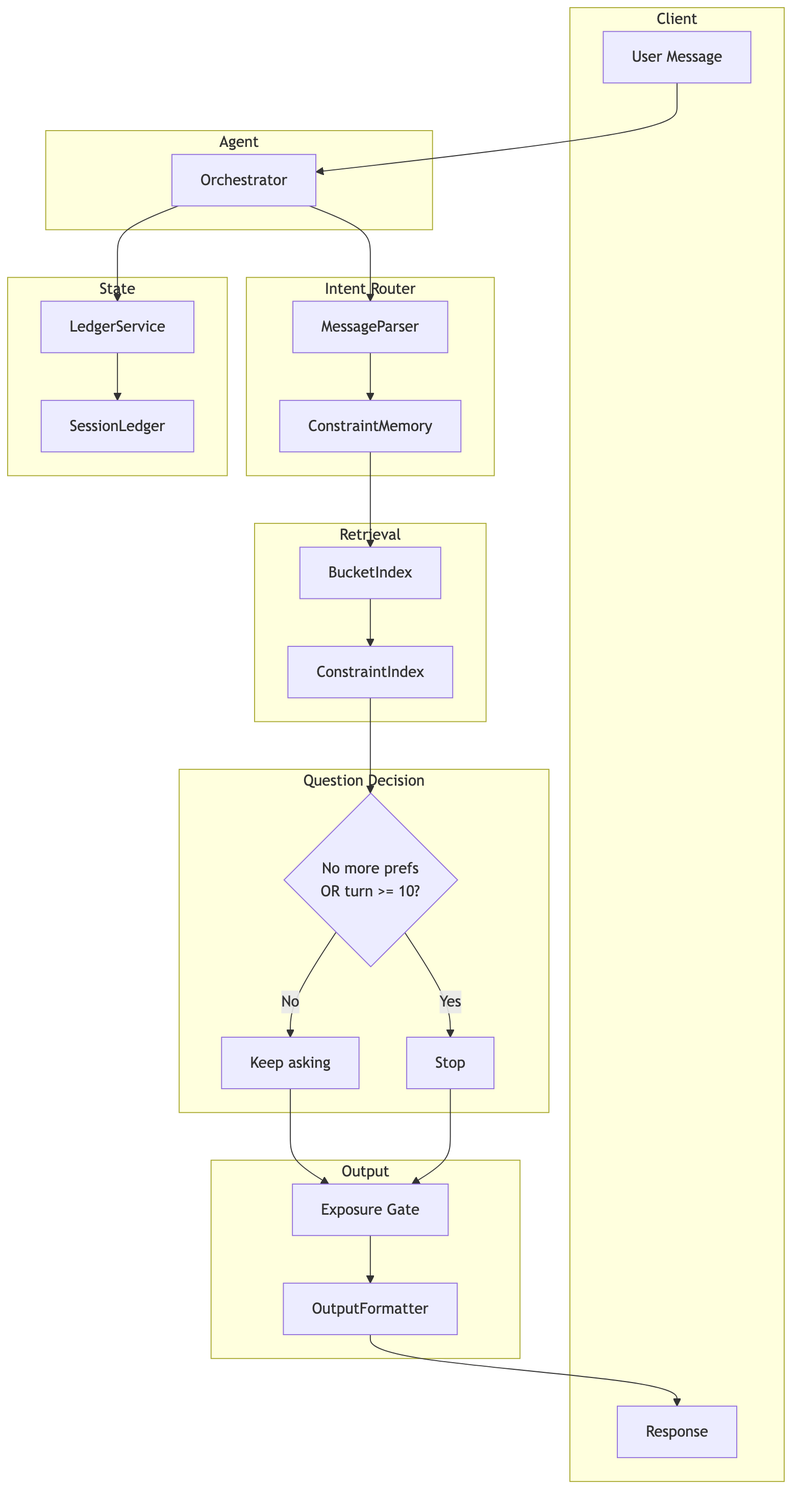
The Mermaid diagram docs/diagrams/architecture.png in johngao122/techjam-conversational-search, before a commit. Its source is kept beside it as docs/diagrams/architecture.mmd.
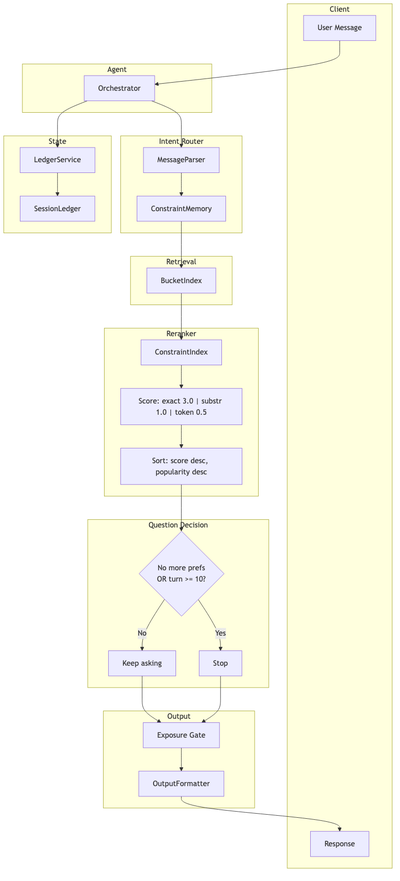
The same diagram one commit later.

The edit, as a diff of the source:
```diff
@@ -20,7 +20,14 @@
 
     subgraph RETRIEVAL["Retrieval"]
         BI[BucketIndex]
+    end
+
+    subgraph RERANKER["Reranker"]
         CI[ConstraintIndex]
+        SC["Score: exact 3.0 | substr 1.0 | token 0.5"]
+        SO[Sort: score desc, popularity desc]
+        CI --> SC
+        SC --> SO
     end
 
     subgraph QUESTION["Question Decision"]
@@ -41,7 +48,7 @@
     LS --> SL
     CM --> BI
     BI --> CI
-    CI --> QD
+    SO --> QD
     ASK --> EG
     STOP --> EG
     EG --> OF
```
